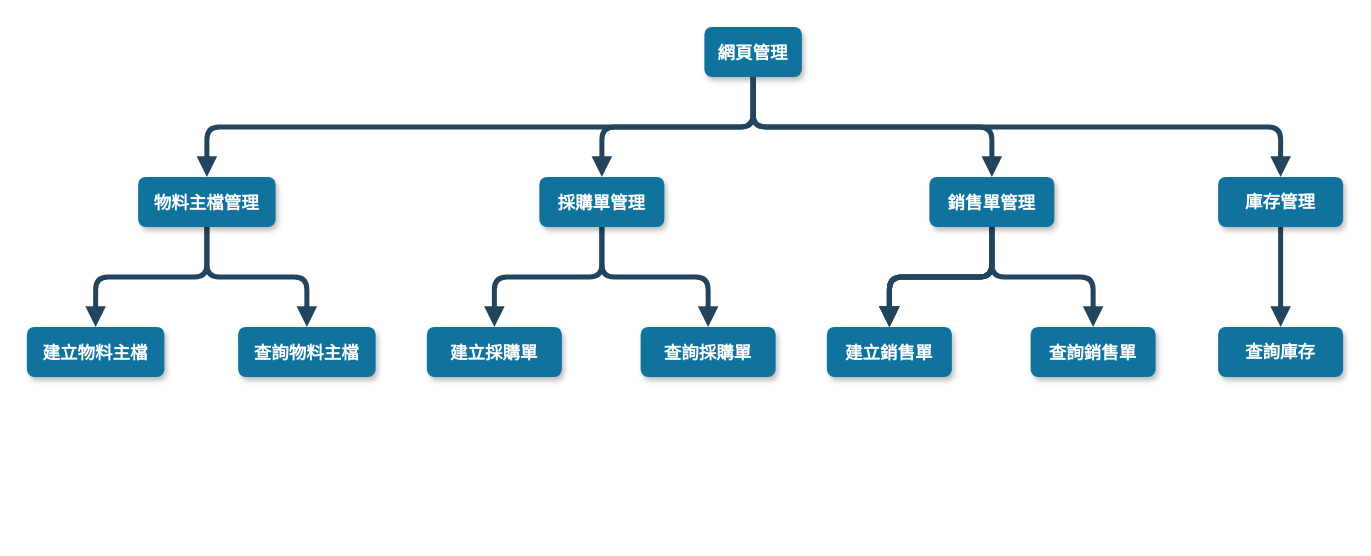
Above: 功能流程圖.drawio in calvink11/project (draw.io), before the change. Source tidied: cells renumbered, new cells numbered last; positions are measured from the earlier drawing's top-left corner, leaving out a move shared by most shapes. Both pictures are drawn from the tidied source at 125%, with x=0, y=0 at pixel (26, 26).
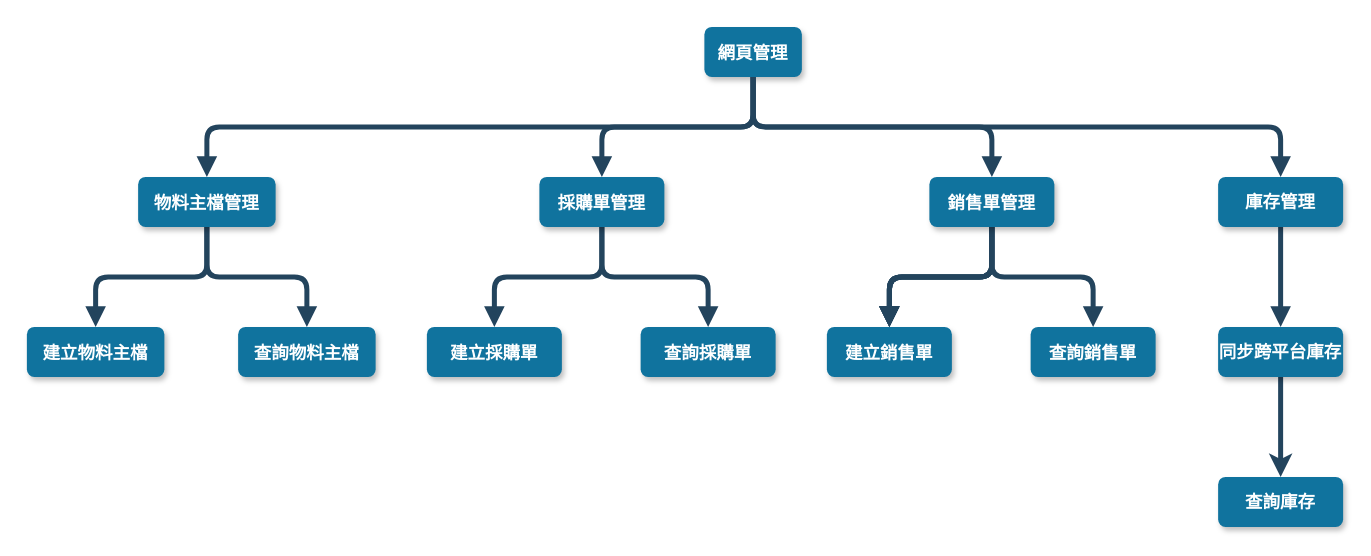
The same diagram, later.

What changed in the source:
```diff
@@
+    <mxCell id="28" style="edgeStyle=orthogonalEdgeStyle;rounded=0;jettySize=auto;html=1;strokeWidth=4;strokeColor=#23445D;" parent="1" edge="1" source="27" target="29">
+      <mxGeometry relative="1" as="geometry" />
+    </mxCell>
-    <mxCell id="27" value="查詢庫存" style="whiteSpace=wrap;html=1;fontSize=14;fillColor=#10739E;strokeColor=none;fontColor=#FFFFFF;rounded=1;shadow=1;gradientColor=none;fontStyle=1;" parent="1" vertex="1">
+    <mxCell id="27" value="同步跨平台庫存" style="whiteSpace=wrap;html=1;fontSize=14;fillColor=#10739E;strokeColor=none;fontColor=#FFFFFF;rounded=1;shadow=1;gradientColor=none;fontStyle=1;" parent="1" vertex="1">
       <mxGeometry x="953" y="240" width="100" height="40" as="geometry" />
     </mxCell>
+    <mxCell id="29" value="查詢庫存" style="whiteSpace=wrap;html=1;fontSize=14;fillColor=#10739E;strokeColor=none;fontColor=#FFFFFF;rounded=1;shadow=1;gradientColor=none;fontStyle=1;" parent="1" vertex="1">
+      <mxGeometry x="953" y="360" width="100" height="40" as="geometry" />
+    </mxCell>
```
